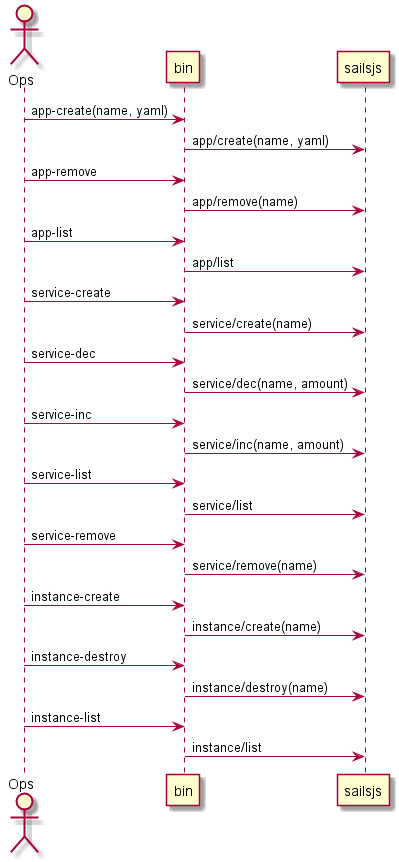
Before: docs/Solution/Application-Stack/UserInteraction.png, a diagram exported from PlantUML (CAADE/fleet). Its diagram source:
```plantuml
@startuml
actor Ops

Ops -> bin: app-create(name, yaml)
bin -> sailsjs : app/create(name, yaml)
Ops -> bin: app-remove
bin -> sailsjs : app/remove(name)
Ops -> bin: app-list
bin -> sailsjs : app/list
Ops -> bin: service-create
bin -> sailsjs : service/create(name)
Ops -> bin: service-dec
bin -> sailsjs : service/dec(name, amount)
Ops -> bin: service-inc
bin -> sailsjs : service/inc(name, amount)
Ops -> bin: service-list
bin -> sailsjs : service/list
Ops -> bin: service-remove
bin -> sailsjs : service/remove(name)
Ops -> bin: instance-create
bin -> sailsjs : instance/create(name)
Ops -> bin: instance-destroy
bin -> sailsjs : instance/destroy(name)
Ops -> bin: instance-list
bin -> sailsjs : instance/list

@enduml
```
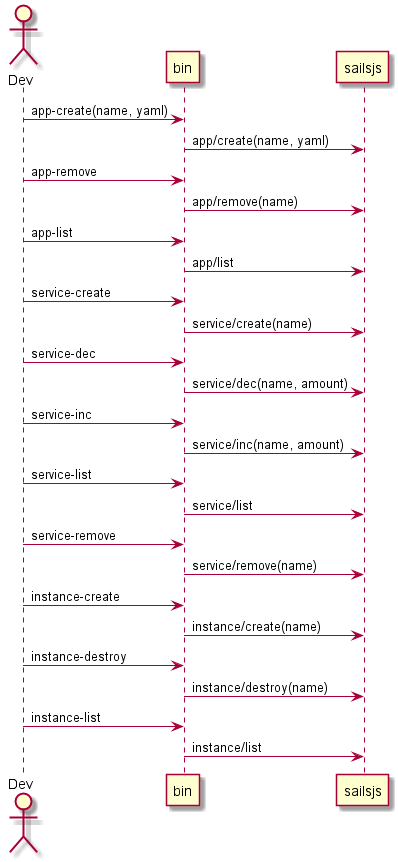
Later version of the same file.

The edit, as a diff of the source:
```diff
@@ -1,27 +1,27 @@
 @startuml
-actor Ops
+actor Dev
 
-Ops -> bin: app-create(name, yaml)
+Dev -> bin: app-create(name, yaml)
 bin -> sailsjs : app/create(name, yaml)
-Ops -> bin: app-remove
+Dev -> bin: app-remove
 bin -> sailsjs : app/remove(name)
-Ops -> bin: app-list
+Dev -> bin: app-list
 bin -> sailsjs : app/list
-Ops -> bin: service-create
+Dev -> bin: service-create
 bin -> sailsjs : service/create(name)
-Ops -> bin: service-dec
+Dev -> bin: service-dec
 bin -> sailsjs : service/dec(name, amount)
-Ops -> bin: service-inc
+Dev -> bin: service-inc
 bin -> sailsjs : service/inc(name, amount)
-Ops -> bin: service-list
+Dev -> bin: service-list
 bin -> sailsjs : service/list
-Ops -> bin: service-remove
+Dev -> bin: service-remove
 bin -> sailsjs : service/remove(name)
-Ops -> bin: instance-create
+Dev -> bin: instance-create
 bin -> sailsjs : instance/create(name)
-Ops -> bin: instance-destroy
+Dev -> bin: instance-destroy
 bin -> sailsjs : instance/destroy(name)
-Ops -> bin: instance-list
+Dev -> bin: instance-list
 bin -> sailsjs : instance/list
 
 @enduml
```
